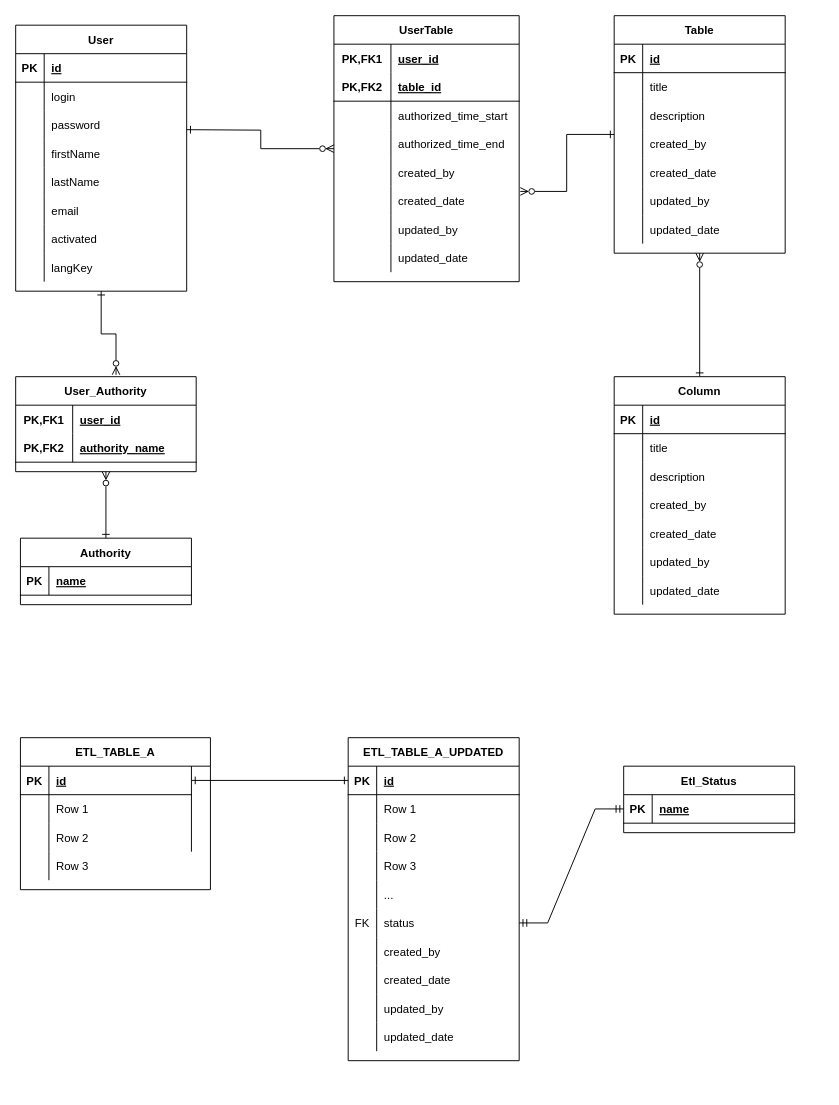
Before: document/Untitled Diagram.drawio in planit-zero/sample, a draw.io diagram. Source tidied: cells renumbered, new cells numbered last; positions are measured from the earlier drawing's top-left corner, leaving out a move shared by most shapes. Both pictures are drawn from the tidied source at 95%, with x=0, y=0 at pixel (15, 15).
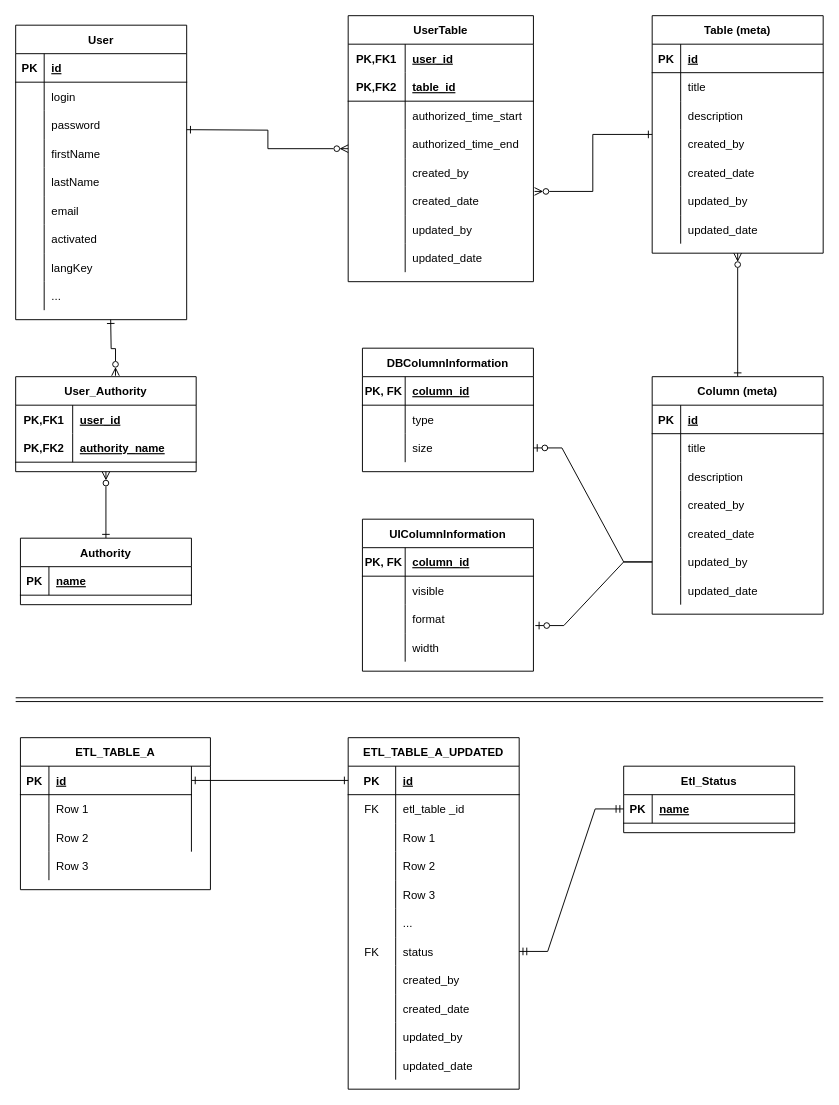
The same diagram, later.

Unchanged cells that the change refers to:
```xml
<mxCell id="73" style="shape=tableRow;horizontal=0;startSize=0;swimlaneHead=0;swimlaneBody=0;fillColor=none;points=[[0,0.5],[1,0.5]];portConstraint=eastwest;top=0;left=0;right=0;bottom=0;" parent="57" vertex="1">
  <mxGeometry y="180" width="180" height="30" as="geometry" />
</mxCell>
<mxCell id="105" value="User_Authority" style="shape=table;startSize=30;childLayout=tableLayout;rowLines=0;fontStyle=1;align=center;" parent="1" vertex="1">
  <mxGeometry y="380" width="190" height="100" as="geometry" />
</mxCell>
<mxCell id="128" style="shape=tableRow;horizontal=0;startSize=0;swimlaneHead=0;swimlaneBody=0;fillColor=none;points=[[0,0.5],[1,0.5]];portConstraint=eastwest;top=0;left=0;right=0;bottom=1;" parent="127" vertex="1">
  <mxGeometry y="30" width="180" height="30" as="geometry" />
</mxCell>
```

Diff of the diagram source:
```diff
@@
-    <mxCell id="2" style="edgeStyle=orthogonalEdgeStyle;rounded=0;jettySize=auto;html=1;endArrow=ERzeroToMany;endFill=0;entryX=0.556;entryY=-0.02;entryDx=0;entryDy=0;entryPerimeter=0;startArrow=ERone;startFill=0;" parent="1" edge="1" source="3" target="105">
-      <mxGeometry relative="1" as="geometry" />
+    <mxCell id="2" style="edgeStyle=orthogonalEdgeStyle;rounded=0;jettySize=auto;html=1;endArrow=ERzeroToMany;endFill=0;entryX=0.553;entryY=-0.01;entryDx=0;entryDy=0;entryPerimeter=0;startArrow=ERone;startFill=0;" parent="1" edge="1" target="105">
+      <mxGeometry relative="1" as="geometry">
+        <mxPoint x="100" y="320" as="sourcePoint" />
+      </mxGeometry>
     </mxCell>
     <mxCell id="3" value="User" style="shape=table;startSize=30;childLayout=tableLayout;rowLines=0;fontStyle=1;align=center;" parent="1" vertex="1">
-      <mxGeometry y="10" width="180" height="280" as="geometry" />
+      <mxGeometry y="10" width="180" height="310" as="geometry" />
     </mxCell>
@@
+    <mxCell id="163" style="shape=partialRectangle;fillColor=none;top=0;left=0;right=0;bottom=0;" parent="3" vertex="1">
+      <mxGeometry y="270" width="180" height="30" as="geometry" />
+    </mxCell>
+    <mxCell id="164" style="shape=partialRectangle;overflow=hidden;fillColor=none;top=0;left=0;bottom=0;right=0;" parent="163" vertex="1">
+      <mxGeometry width="30" height="30" as="geometry" />
+    </mxCell>
+    <mxCell id="165" value="..." style="shape=partialRectangle;overflow=hidden;fillColor=none;top=0;left=0;bottom=0;right=0;align=left;spacingLeft=6;" parent="163" vertex="1">
+      <mxGeometry x="30" width="150" height="30" as="geometry" />
+    </mxCell>
@@
-    <mxCell id="29" value="Table" style="shape=table;startSize=30;childLayout=tableLayout;rowLines=0;fontStyle=1;align=center;" parent="1" vertex="1">
-      <mxGeometry x="630" width="180" height="250" as="geometry" />
+    <mxCell id="29" value="Table (meta)" style="shape=table;startSize=30;childLayout=tableLayout;rowLines=0;fontStyle=1;align=center;" parent="1" vertex="1">
+      <mxGeometry x="670" width="180" height="250" as="geometry" />
     </mxCell>
@@
-    <mxCell id="57" value="Column" style="shape=table;startSize=30;childLayout=tableLayout;rowLines=0;fontStyle=1;align=center;" parent="1" vertex="1">
-      <mxGeometry x="630" y="380" width="180" height="250" as="geometry" />
+    <mxCell id="57" value="Column (meta)" style="shape=table;startSize=30;childLayout=tableLayout;rowLines=0;fontStyle=1;align=center;" parent="1" vertex="1">
+      <mxGeometry x="670" y="380" width="180" height="250" as="geometry" />
     </mxCell>
@@
     <mxCell id="80" value="UserTable" style="shape=table;startSize=30;childLayout=tableLayout;rowLines=0;fontStyle=1;align=center;" parent="1" vertex="1">
-      <mxGeometry x="335" width="195" height="280" as="geometry" />
+      <mxGeometry x="350" width="195" height="280" as="geometry" />
     </mxCell>
@@
     <mxCell id="127" value="ETL_TABLE_A_UPDATED" style="shape=table;startSize=30;childLayout=tableLayout;rowLines=0;fontStyle=1;align=center;fillColor=none;" parent="1" vertex="1">
-      <mxGeometry x="350" y="760" width="180" height="340" as="geometry" />
+      <mxGeometry x="350" y="760" width="180" height="370" as="geometry" />
     </mxCell>
@@
     <mxCell id="129" value="PK" style="shape=partialRectangle;fillColor=none;top=0;left=0;bottom=0;right=0;fontStyle=1;overflow=hidden;" parent="128" vertex="1">
-      <mxGeometry width="30" height="30" as="geometry" />
+      <mxGeometry width="50" height="30" as="geometry" />
     </mxCell>
     <mxCell id="130" value="id" style="shape=partialRectangle;fillColor=none;top=0;left=0;bottom=0;right=0;align=left;spacingLeft=6;fontStyle=5;overflow=hidden;" parent="128" vertex="1">
-      <mxGeometry x="30" width="150" height="30" as="geometry" />
+      <mxGeometry x="50" width="130" height="30" as="geometry" />
     </mxCell>
+    <mxCell id="166" style="shape=tableRow;horizontal=0;startSize=0;swimlaneHead=0;swimlaneBody=0;fillColor=none;top=0;left=0;right=0;bottom=0;" parent="127" vertex="1">
+      <mxGeometry y="60" width="180" height="30" as="geometry" />
+    </mxCell>
+    <mxCell id="167" value="FK" style="shape=partialRectangle;fillColor=none;top=0;left=0;bottom=0;right=0;overflow=hidden;" parent="166" vertex="1">
+      <mxGeometry width="50" height="30" as="geometry" />
+    </mxCell>
+    <mxCell id="168" value="etl_table _id" style="shape=partialRectangle;fillColor=none;top=0;left=0;bottom=0;right=0;align=left;spacingLeft=6;overflow=hidden;" parent="166" vertex="1">
+      <mxGeometry x="50" width="130" height="30" as="geometry" />
+    </mxCell>
     <mxCell id="131" style="shape=tableRow;horizontal=0;startSize=0;swimlaneHead=0;swimlaneBody=0;fillColor=none;top=0;left=0;right=0;bottom=0;" parent="127" vertex="1">
-      <mxGeometry y="60" width="180" height="30" as="geometry" />
+      <mxGeometry y="90" width="180" height="30" as="geometry" />
     </mxCell>
     <mxCell id="132" style="shape=partialRectangle;fillColor=none;top=0;left=0;bottom=0;right=0;overflow=hidden;" parent="131" vertex="1">
-      <mxGeometry width="30" height="30" as="geometry" />
+      <mxGeometry width="50" height="30" as="geometry" />
     </mxCell>
     <mxCell id="133" value="Row 1" style="shape=partialRectangle;fillColor=none;top=0;left=0;bottom=0;right=0;align=left;spacingLeft=6;overflow=hidden;" parent="131" vertex="1">
-      <mxGeometry x="30" width="150" height="30" as="geometry" />
+      <mxGeometry x="50" width="130" height="30" as="geometry" />
     </mxCell>
     <mxCell id="134" style="shape=tableRow;horizontal=0;startSize=0;swimlaneHead=0;swimlaneBody=0;fillColor=none;top=0;left=0;right=0;bottom=0;" parent="127" vertex="1">
-      <mxGeometry y="90" width="180" height="30" as="geometry" />
+      <mxGeometry y="120" width="180" height="30" as="geometry" />
     </mxCell>
     <mxCell id="135" style="shape=partialRectangle;fillColor=none;top=0;left=0;bottom=0;right=0;overflow=hidden;" parent="134" vertex="1">
-      <mxGeometry width="30" height="30" as="geometry" />
+      <mxGeometry width="50" height="30" as="geometry" />
     </mxCell>
     <mxCell id="136" value="Row 2" style="shape=partialRectangle;fillColor=none;top=0;left=0;bottom=0;right=0;align=left;spacingLeft=6;overflow=hidden;" parent="134" vertex="1">
-      <mxGeometry x="30" width="150" height="30" as="geometry" />
+      <mxGeometry x="50" width="130" height="30" as="geometry" />
     </mxCell>
     <mxCell id="137" style="shape=tableRow;horizontal=0;startSize=0;swimlaneHead=0;swimlaneBody=0;fillColor=none;top=0;left=0;right=0;bottom=0;" parent="127" vertex="1">
-      <mxGeometry y="120" width="180" height="30" as="geometry" />
+      <mxGeometry y="150" width="180" height="30" as="geometry" />
     </mxCell>
     <mxCell id="138" style="shape=partialRectangle;fillColor=none;top=0;left=0;bottom=0;right=0;overflow=hidden;" parent="137" vertex="1">
-      <mxGeometry width="30" height="30" as="geometry" />
+      <mxGeometry width="50" height="30" as="geometry" />
     </mxCell>
     <mxCell id="139" value="Row 3" style="shape=partialRectangle;fillColor=none;top=0;left=0;bottom=0;right=0;align=left;spacingLeft=6;overflow=hidden;" parent="137" vertex="1">
-      <mxGeometry x="30" width="150" height="30" as="geometry" />
+      <mxGeometry x="50" width="130" height="30" as="geometry" />
     </mxCell>
     <mxCell id="140" style="shape=tableRow;horizontal=0;startSize=0;swimlaneHead=0;swimlaneBody=0;fillColor=none;top=0;left=0;right=0;bottom=0;" parent="127" vertex="1">
-      <mxGeometry y="150" width="180" height="30" as="geometry" />
+      <mxGeometry y="180" width="180" height="30" as="geometry" />
     </mxCell>
     <mxCell id="141" style="shape=partialRectangle;fillColor=none;top=0;left=0;bottom=0;right=0;overflow=hidden;" parent="140" vertex="1">
-      <mxGeometry width="30" height="30" as="geometry" />
+      <mxGeometry width="50" height="30" as="geometry" />
     </mxCell>
     <mxCell id="142" value="..." style="shape=partialRectangle;fillColor=none;top=0;left=0;bottom=0;right=0;align=left;spacingLeft=6;overflow=hidden;" parent="140" vertex="1">
-      <mxGeometry x="30" width="150" height="30" as="geometry" />
+      <mxGeometry x="50" width="130" height="30" as="geometry" />
     </mxCell>
     <mxCell id="143" style="shape=tableRow;horizontal=0;startSize=0;swimlaneHead=0;swimlaneBody=0;fillColor=none;points=[[0,0.5],[1,0.5]];portConstraint=eastwest;top=0;left=0;right=0;bottom=0;" parent="127" vertex="1">
-      <mxGeometry y="180" width="180" height="30" as="geometry" />
+      <mxGeometry y="210" width="180" height="30" as="geometry" />
     </mxCell>
     <mxCell id="144" value="FK" style="shape=partialRectangle;fillColor=none;top=0;left=0;bottom=0;right=0;overflow=hidden;" parent="143" vertex="1">
-      <mxGeometry width="30" height="30" as="geometry" />
+      <mxGeometry width="50" height="30" as="geometry" />
     </mxCell>
     <mxCell id="145" value="status" style="shape=partialRectangle;fillColor=none;top=0;left=0;bottom=0;right=0;align=left;spacingLeft=6;overflow=hidden;" parent="143" vertex="1">
-      <mxGeometry x="30" width="150" height="30" as="geometry" />
+      <mxGeometry x="50" width="130" height="30" as="geometry" />
     </mxCell>
     <mxCell id="146" style="shape=tableRow;horizontal=0;startSize=0;swimlaneHead=0;swimlaneBody=0;fillColor=none;top=0;left=0;right=0;bottom=0;" parent="127" vertex="1">
-      <mxGeometry y="210" width="180" height="30" as="geometry" />
+      <mxGeometry y="240" width="180" height="30" as="geometry" />
     </mxCell>
     <mxCell id="147" style="shape=partialRectangle;fillColor=none;top=0;left=0;bottom=0;right=0;overflow=hidden;" parent="146" vertex="1">
-      <mxGeometry width="30" height="30" as="geometry" />
+      <mxGeometry width="50" height="30" as="geometry" />
     </mxCell>
     <mxCell id="148" value="created_by" style="shape=partialRectangle;fillColor=none;top=0;left=0;bottom=0;right=0;align=left;spacingLeft=6;overflow=hidden;" parent="146" vertex="1">
-      <mxGeometry x="30" width="150" height="30" as="geometry" />
+      <mxGeometry x="50" width="130" height="30" as="geometry" />
     </mxCell>
     <mxCell id="149" style="shape=tableRow;horizontal=0;startSize=0;swimlaneHead=0;swimlaneBody=0;fillColor=none;top=0;left=0;right=0;bottom=0;" parent="127" vertex="1">
-      <mxGeometry y="240" width="180" height="30" as="geometry" />
+      <mxGeometry y="270" width="180" height="30" as="geometry" />
     </mxCell>
     <mxCell id="150" style="shape=partialRectangle;fillColor=none;top=0;left=0;bottom=0;right=0;overflow=hidden;" parent="149" vertex="1">
-      <mxGeometry width="30" height="30" as="geometry" />
+      <mxGeometry width="50" height="30" as="geometry" />
     </mxCell>
     <mxCell id="151" value="created_date" style="shape=partialRectangle;fillColor=none;top=0;left=0;bottom=0;right=0;align=left;spacingLeft=6;overflow=hidden;" parent="149" vertex="1">
-      <mxGeometry x="30" width="150" height="30" as="geometry" />
+      <mxGeometry x="50" width="130" height="30" as="geometry" />
     </mxCell>
     <mxCell id="152" style="shape=tableRow;horizontal=0;startSize=0;swimlaneHead=0;swimlaneBody=0;fillColor=none;top=0;left=0;right=0;bottom=0;" parent="127" vertex="1">
-      <mxGeometry y="270" width="180" height="30" as="geometry" />
+      <mxGeometry y="300" width="180" height="30" as="geometry" />
     </mxCell>
     <mxCell id="153" style="shape=partialRectangle;fillColor=none;top=0;left=0;bottom=0;right=0;overflow=hidden;" parent="152" vertex="1">
-      <mxGeometry width="30" height="30" as="geometry" />
+      <mxGeometry width="50" height="30" as="geometry" />
     </mxCell>
     <mxCell id="154" value="updated_by" style="shape=partialRectangle;fillColor=none;top=0;left=0;bottom=0;right=0;align=left;spacingLeft=6;overflow=hidden;" parent="152" vertex="1">
-      <mxGeometry x="30" width="150" height="30" as="geometry" />
+      <mxGeometry x="50" width="130" height="30" as="geometry" />
     </mxCell>
     <mxCell id="155" style="shape=tableRow;horizontal=0;startSize=0;swimlaneHead=0;swimlaneBody=0;fillColor=none;top=0;left=0;right=0;bottom=0;" parent="127" vertex="1">
-      <mxGeometry y="300" width="180" height="30" as="geometry" />
+      <mxGeometry y="330" width="180" height="30" as="geometry" />
     </mxCell>
     <mxCell id="156" style="shape=partialRectangle;fillColor=none;top=0;left=0;bottom=0;right=0;overflow=hidden;" parent="155" vertex="1">
-      <mxGeometry width="30" height="30" as="geometry" />
+      <mxGeometry width="50" height="30" as="geometry" />
     </mxCell>
     <mxCell id="157" value="updated_date" style="shape=partialRectangle;fillColor=none;top=0;left=0;bottom=0;right=0;align=left;spacingLeft=6;overflow=hidden;" parent="155" vertex="1">
-      <mxGeometry x="30" width="150" height="30" as="geometry" />
+      <mxGeometry x="50" width="130" height="30" as="geometry" />
     </mxCell>
@@
+    <mxCell id="169" value="DBColumnInformation" style="shape=table;startSize=30;childLayout=tableLayout;rowLines=0;fontStyle=1;align=center;fillColor=none;" parent="1" vertex="1">
+      <mxGeometry x="365" y="350" width="180" height="130" as="geometry" />
+    </mxCell>
+    <mxCell id="170" style="shape=tableRow;horizontal=0;startSize=0;swimlaneHead=0;swimlaneBody=0;fillColor=none;top=0;left=0;right=0;bottom=1;" parent="169" vertex="1">
+      <mxGeometry y="30" width="180" height="30" as="geometry" />
+    </mxCell>
+    <mxCell id="171" value="PK, FK" style="shape=partialRectangle;fillColor=none;top=0;left=0;bottom=0;right=0;fontStyle=1;overflow=hidden;" parent="170" vertex="1">
+      <mxGeometry width="45" height="30" as="geometry" />
+    </mxCell>
+    <mxCell id="172" value="column_id" style="shape=partialRectangle;fillColor=none;top=0;left=0;bottom=0;right=0;align=left;spacingLeft=6;fontStyle=5;overflow=hidden;" parent="170" vertex="1">
+      <mxGeometry x="45" width="135" height="30" as="geometry" />
+    </mxCell>
+    <mxCell id="173" style="shape=tableRow;horizontal=0;startSize=0;swimlaneHead=0;swimlaneBody=0;fillColor=none;top=0;left=0;right=0;bottom=0;" parent="169" vertex="1">
+      <mxGeometry y="60" width="180" height="30" as="geometry" />
+    </mxCell>
+    <mxCell id="174" style="shape=partialRectangle;fillColor=none;top=0;left=0;bottom=0;right=0;overflow=hidden;" parent="173" vertex="1">
+      <mxGeometry width="45" height="30" as="geometry" />
+    </mxCell>
+    <mxCell id="175" value="type" style="shape=partialRectangle;fillColor=none;top=0;left=0;bottom=0;right=0;align=left;spacingLeft=6;overflow=hidden;" parent="173" vertex="1">
+      <mxGeometry x="45" width="135" height="30" as="geometry" />
+    </mxCell>
+    <mxCell id="176" style="shape=tableRow;horizontal=0;startSize=0;swimlaneHead=0;swimlaneBody=0;fillColor=none;points=[[0,0.5],[1,0.5]];portConstraint=eastwest;top=0;left=0;right=0;bottom=0;" parent="169" vertex="1">
+      <mxGeometry y="90" width="180" height="30" as="geometry" />
+    </mxCell>
+    <mxCell id="177" style="shape=partialRectangle;fillColor=none;top=0;left=0;bottom=0;right=0;overflow=hidden;" parent="176" vertex="1">
+      <mxGeometry width="45" height="30" as="geometry" />
+    </mxCell>
+    <mxCell id="178" value="size" style="shape=partialRectangle;fillColor=none;top=0;left=0;bottom=0;right=0;align=left;spacingLeft=6;overflow=hidden;" parent="176" vertex="1">
+      <mxGeometry x="45" width="135" height="30" as="geometry" />
+    </mxCell>
+    <mxCell id="179" style="edgeStyle=entityRelationEdgeStyle;fontSize=12;html=1;endArrow=ERzeroToOne;endFill=1;rounded=0;entryX=1;entryY=0.5;entryDx=0;entryDy=0;exitX=0;exitY=0.5;exitDx=0;exitDy=0;" parent="1" edge="1" source="73" target="176">
+      <mxGeometry relative="1" as="geometry" />
+    </mxCell>
+    <mxCell id="180" value="UIColumnInformation" style="shape=table;startSize=30;childLayout=tableLayout;rowLines=0;fontStyle=1;align=center;fillColor=none;" parent="1" vertex="1">
+      <mxGeometry x="365" y="530" width="180" height="160" as="geometry" />
+    </mxCell>
+    <mxCell id="181" style="shape=tableRow;horizontal=0;startSize=0;swimlaneHead=0;swimlaneBody=0;fillColor=none;top=0;left=0;right=0;bottom=1;" parent="180" vertex="1">
+      <mxGeometry y="30" width="180" height="30" as="geometry" />
+    </mxCell>
+    <mxCell id="182" value="PK, FK" style="shape=partialRectangle;fillColor=none;top=0;left=0;bottom=0;right=0;fontStyle=1;overflow=hidden;" parent="181" vertex="1">
+      <mxGeometry width="45" height="30" as="geometry" />
+    </mxCell>
+    <mxCell id="183" value="column_id" style="shape=partialRectangle;fillColor=none;top=0;left=0;bottom=0;right=0;align=left;spacingLeft=6;fontStyle=5;overflow=hidden;" parent="181" vertex="1">
+      <mxGeometry x="45" width="135" height="30" as="geometry" />
+    </mxCell>
+    <mxCell id="184" style="shape=tableRow;horizontal=0;startSize=0;swimlaneHead=0;swimlaneBody=0;fillColor=none;top=0;left=0;right=0;bottom=0;" parent="180" vertex="1">
+      <mxGeometry y="60" width="180" height="30" as="geometry" />
+    </mxCell>
+    <mxCell id="185" style="shape=partialRectangle;fillColor=none;top=0;left=0;bottom=0;right=0;overflow=hidden;" parent="184" vertex="1">
+      <mxGeometry width="45" height="30" as="geometry" />
+    </mxCell>
+    <mxCell id="186" value="visible" style="shape=partialRectangle;fillColor=none;top=0;left=0;bottom=0;right=0;align=left;spacingLeft=6;overflow=hidden;" parent="184" vertex="1">
+      <mxGeometry x="45" width="135" height="30" as="geometry" />
+    </mxCell>
+    <mxCell id="187" style="shape=tableRow;horizontal=0;startSize=0;swimlaneHead=0;swimlaneBody=0;fillColor=none;points=[[0,0.5],[1,0.5]];portConstraint=eastwest;top=0;left=0;right=0;bottom=0;" parent="180" vertex="1">
+      <mxGeometry y="90" width="180" height="30" as="geometry" />
+    </mxCell>
+    <mxCell id="188" style="shape=partialRectangle;fillColor=none;top=0;left=0;bottom=0;right=0;overflow=hidden;" parent="187" vertex="1">
+      <mxGeometry width="45" height="30" as="geometry" />
+    </mxCell>
+    <mxCell id="189" value="format" style="shape=partialRectangle;fillColor=none;top=0;left=0;bottom=0;right=0;align=left;spacingLeft=6;overflow=hidden;" parent="187" vertex="1">
+      <mxGeometry x="45" width="135" height="30" as="geometry" />
+    </mxCell>
+    <mxCell id="190" style="shape=tableRow;horizontal=0;startSize=0;swimlaneHead=0;swimlaneBody=0;fillColor=none;top=0;left=0;right=0;bottom=0;" parent="180" vertex="1">
+      <mxGeometry y="120" width="180" height="30" as="geometry" />
+    </mxCell>
+    <mxCell id="191" style="shape=partialRectangle;fillColor=none;top=0;left=0;bottom=0;right=0;overflow=hidden;" parent="190" vertex="1">
+      <mxGeometry width="45" height="30" as="geometry" />
+    </mxCell>
+    <mxCell id="192" value="width" style="shape=partialRectangle;fillColor=none;top=0;left=0;bottom=0;right=0;align=left;spacingLeft=6;overflow=hidden;" parent="190" vertex="1">
+      <mxGeometry x="45" width="135" height="30" as="geometry" />
+    </mxCell>
+    <mxCell id="193" style="edgeStyle=entityRelationEdgeStyle;fontSize=12;html=1;endArrow=ERzeroToOne;endFill=1;rounded=0;entryX=1.011;entryY=0.733;entryDx=0;entryDy=0;exitX=0;exitY=0.5;exitDx=0;exitDy=0;entryPerimeter=0;" parent="1" edge="1" source="73" target="187">
+      <mxGeometry relative="1" as="geometry" />
+    </mxCell>
+    <mxCell id="194" style="shape=link;html=1;rounded=0;startArrow=ERone;startFill=0;endArrow=ERone;endFill=0;" parent="1" edge="1">
+      <mxGeometry relative="1" as="geometry">
+        <mxPoint y="720" as="sourcePoint" />
+        <mxPoint x="850" y="720" as="targetPoint" />
+      </mxGeometry>
+    </mxCell>
```
